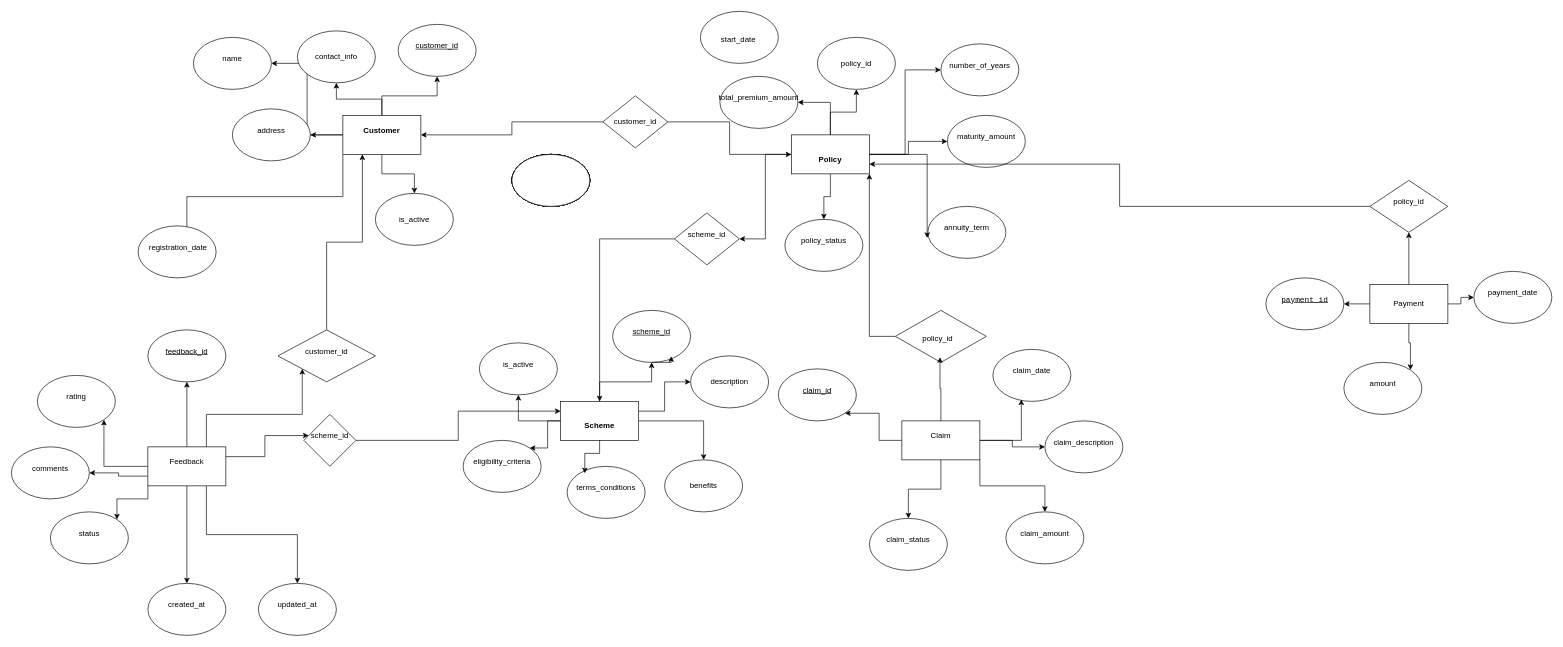
The draw.io diagram Untitled Diagram.drawio in Yukesh21-S/Entity, before the edit. Source tidied: cells renumbered, new cells numbered last; positions are measured from the earlier drawing's top-left corner, leaving out a move shared by most shapes. Both pictures are drawn from the tidied source at 65%, with x=0, y=0 at pixel (11, 11).
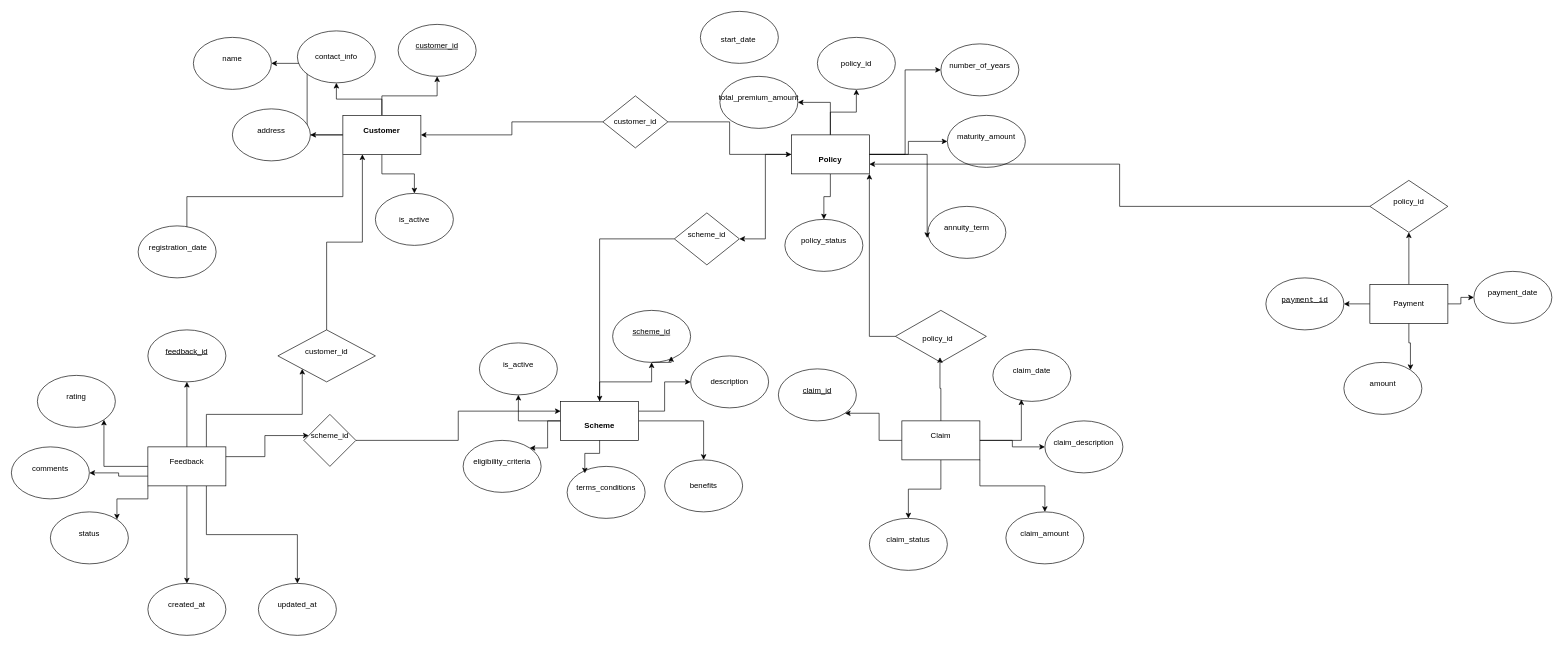
The same page after the edit.

The edit, as a diff of the source:
```diff
@@
-    <mxCell id="24" style="ellipse;whiteSpace=wrap;html=1;" parent="1" vertex="1">
-      <mxGeometry x="770" y="220" width="120" height="80" as="geometry" />
-    </mxCell>
-    <mxCell id="25" style="ellipse;whiteSpace=wrap;html=1;" parent="1" vertex="1">
-      <mxGeometry x="770" y="220" width="120" height="80" as="geometry" />
-    </mxCell>
-    <mxCell id="26" style="ellipse;whiteSpace=wrap;html=1;" parent="1" vertex="1">
-      <mxGeometry x="770" y="220" width="120" height="80" as="geometry" />
-    </mxCell>
@@
-    <mxCell id="29" style="ellipse;whiteSpace=wrap;html=1;" parent="1" vertex="1">
-      <mxGeometry x="770" y="220" width="120" height="80" as="geometry" />
-    </mxCell>
-    <mxCell id="30" style="ellipse;whiteSpace=wrap;html=1;" parent="1" vertex="1">
-      <mxGeometry x="770" y="220" width="120" height="80" as="geometry" />
-    </mxCell>
-    <mxCell id="31" style="ellipse;whiteSpace=wrap;html=1;" parent="1" vertex="1">
-      <mxGeometry x="770" y="220" width="120" height="80" as="geometry" />
-    </mxCell>
-    <mxCell id="32" style="ellipse;whiteSpace=wrap;html=1;" parent="1" vertex="1">
-      <mxGeometry x="770" y="220" width="120" height="80" as="geometry" />
-    </mxCell>
-    <mxCell id="33" style="ellipse;whiteSpace=wrap;html=1;" parent="1" vertex="1">
-      <mxGeometry x="770" y="220" width="120" height="80" as="geometry" />
-    </mxCell>
-    <mxCell id="34" style="ellipse;whiteSpace=wrap;html=1;" parent="1" vertex="1">
-      <mxGeometry x="770" y="220" width="120" height="80" as="geometry" />
-    </mxCell>
-    <mxCell id="35" style="ellipse;whiteSpace=wrap;html=1;" parent="1" vertex="1">
-      <mxGeometry x="770" y="220" width="120" height="80" as="geometry" />
-    </mxCell>
```
